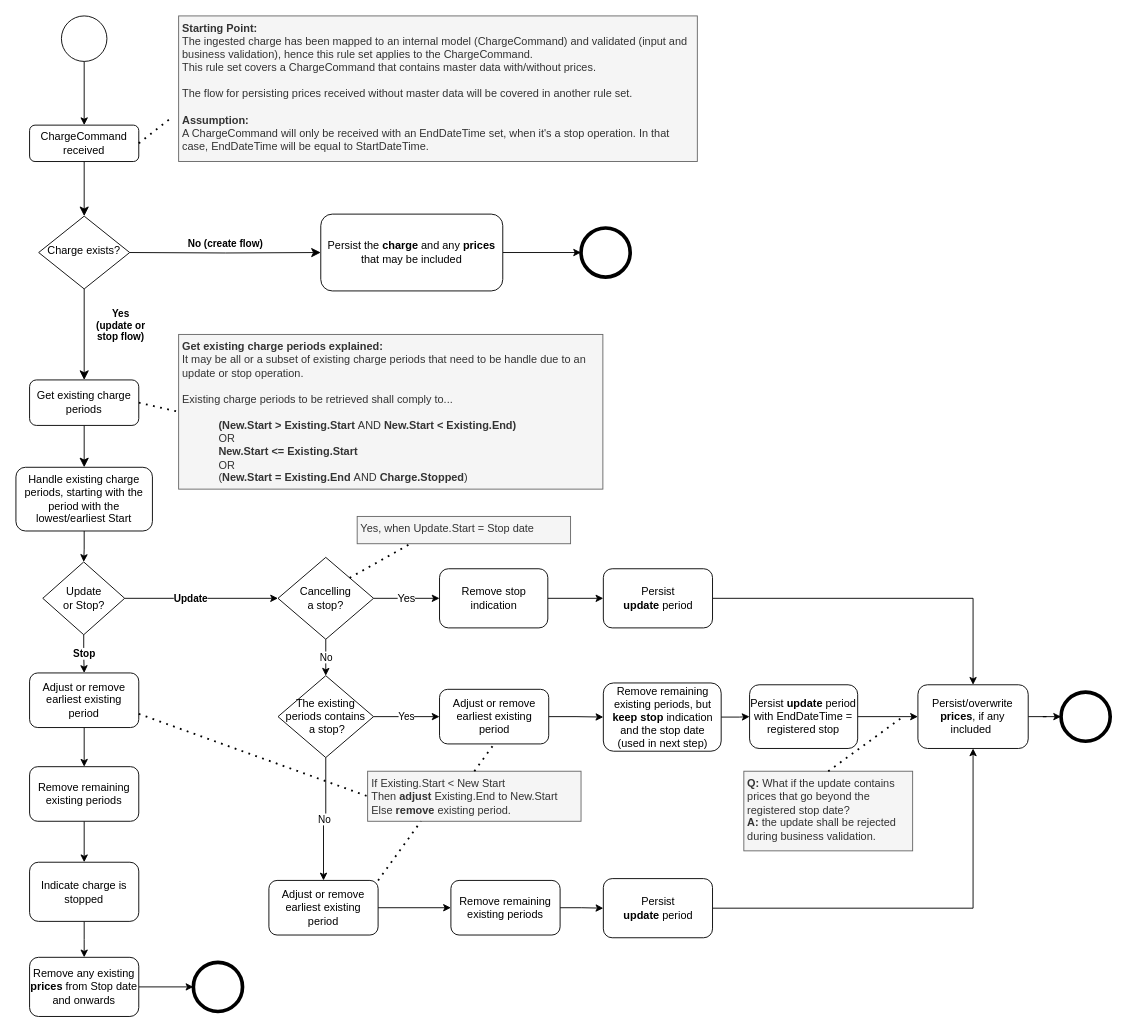
This is page "Ruleset_v2_FlagVersion" (1 of 3) of docs/process-flows/images/PersistingChargesRuleSet_ProcessFlow.drawio from Energinet-DataHub/ARCHIVED-geh-charges, a draw.io file, before an edit. Source tidied: cells renumbered, new cells numbered last; positions are measured from the earlier drawing's top-left corner, leaving out a move shared by most shapes. Both pictures are drawn from the tidied source at 91%, with x=0, y=0 at pixel (15, 15).
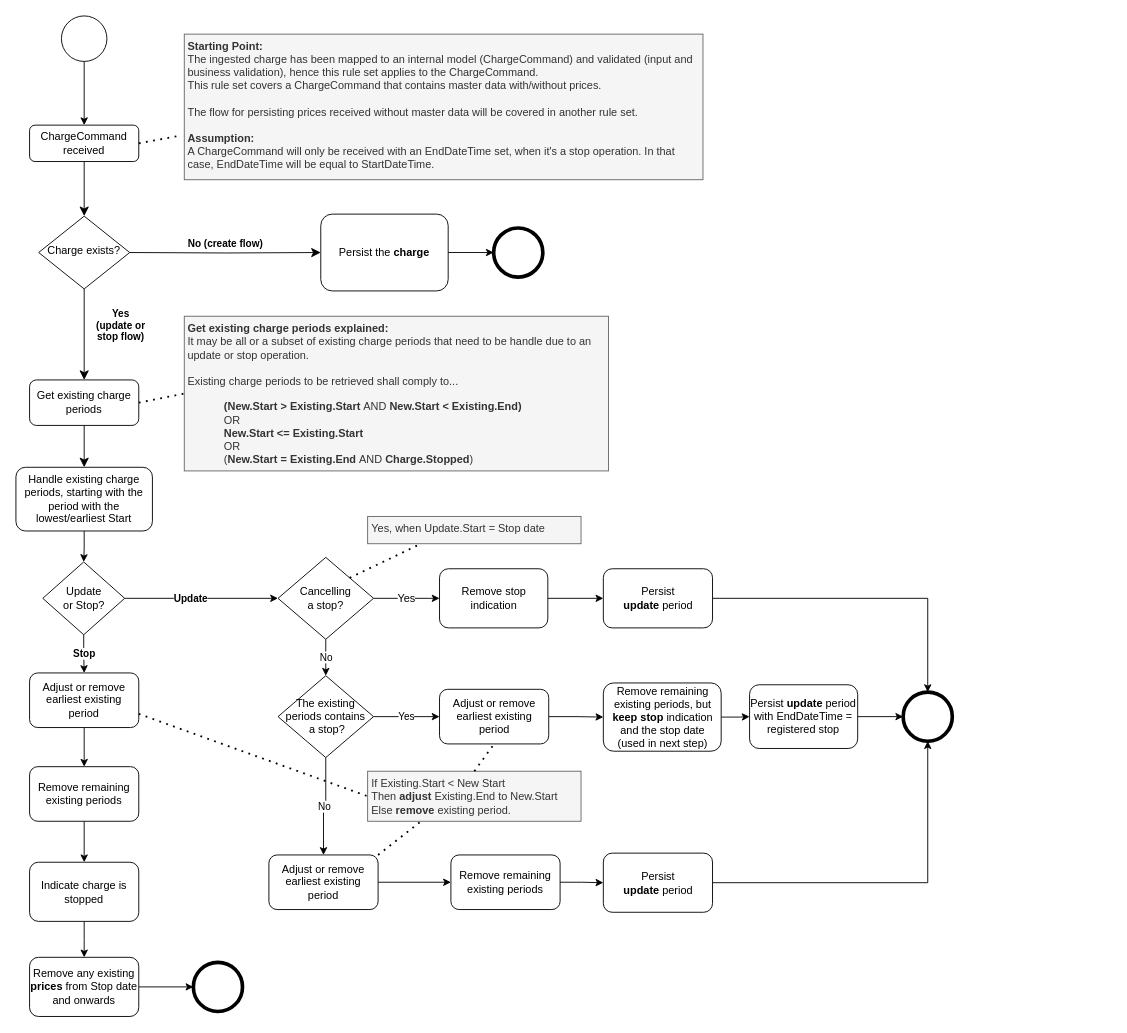
After the change.

Commit message (it also covers changes not shown here):
remove persist/overwrite prices from rule set

The change refers to these unchanged cells:
```xml
<mxCell id="29" value="Persist &lt;br&gt;&lt;b&gt;update &lt;/b&gt;period" style="rounded=1;whiteSpace=wrap;html=1;" parent="1" vertex="1">
  <mxGeometry x="645.5" y="607.5" width="120" height="65" as="geometry" />
</mxCell>
<mxCell id="46" value="Persist &lt;b&gt;update &lt;/b&gt;period with EndDateTime = registered stop" style="rounded=1;whiteSpace=wrap;html=1;" parent="1" vertex="1">
  <mxGeometry x="806.2" y="735" width="118.8" height="70" as="geometry" />
</mxCell>
```

Change to the diagram source:
```diff
@@
     <mxCell id="9" style="ellipse;whiteSpace=wrap;html=1;strokeWidth=4;" parent="1" vertex="1">
-      <mxGeometry x="1148.5" y="743" width="54" height="54" as="geometry" />
+      <mxGeometry x="975" y="743" width="54" height="54" as="geometry" />
     </mxCell>
@@
-    <mxCell id="13" value="Persist the &lt;b&gt;charge &lt;/b&gt;and any &lt;b&gt;prices &lt;/b&gt;that may be included" style="rounded=1;whiteSpace=wrap;html=1;fontSize=12;glass=0;strokeWidth=1;shadow=0;" parent="1" vertex="1">
-      <mxGeometry x="335" y="217.8" width="200" height="84.4" as="geometry" />
+    <mxCell id="13" value="Persist the &lt;b&gt;charge&lt;/b&gt;" style="rounded=1;whiteSpace=wrap;html=1;fontSize=12;glass=0;strokeWidth=1;shadow=0;" parent="1" vertex="1">
+      <mxGeometry x="335" y="217.8" width="140" height="84.4" as="geometry" />
     </mxCell>
     <mxCell id="14" value="&lt;b&gt;Starting Point:&lt;br&gt;&lt;/b&gt;The ingested charge has been mapped to an internal model (ChargeCommand) and validated (input and business validation), hence this rule set applies to the ChargeCommand.&lt;br&gt;This rule set covers a ChargeCommand that contains master data with/without prices.&lt;br&gt;&lt;br&gt;The flow for persisting prices received without master data will be covered in another rule set.&lt;br&gt;&lt;br&gt;&lt;b&gt;Assumption:&lt;/b&gt;&lt;br&gt;A ChargeCommand will only be received with an EndDateTime set, when it's a stop operation. In that case, EndDateTime will be equal to StartDateTime." style="text;html=1;strokeColor=#666666;fillColor=#f5f5f5;align=left;verticalAlign=top;whiteSpace=wrap;rounded=0;fontColor=#333333;perimeterSpacing=0;spacingTop=0;spacingLeft=2;spacingBottom=2;" parent="1" vertex="1">
-      <mxGeometry x="178.8" width="570" height="160" as="geometry" />
+      <mxGeometry x="185" y="20" width="570" height="160" as="geometry" />
     </mxCell>
@@
     <mxCell id="16" value="&lt;b&gt;Get existing charge periods explained:&lt;/b&gt;&lt;br&gt;It may be all or a subset of existing charge periods that need to be handle due to an update or stop operation.&lt;br&gt;&lt;br&gt;Existing charge periods to be retrieved shall comply to...&lt;br&gt;&lt;br&gt;&lt;blockquote style=&quot;margin: 0 0 0 40px ; border: none ; padding: 0px&quot;&gt;&lt;b&gt;(New.Start &amp;gt; Existing.Start&amp;nbsp;&lt;/b&gt;AND&amp;nbsp;&lt;b&gt;New.Start &amp;lt; Existing.End)&lt;br&gt;&lt;/b&gt;OR &lt;br&gt;&lt;b&gt;New.Start &amp;lt;= Existing.Start&lt;br&gt;&lt;/b&gt;OR&lt;br&gt;(&lt;b&gt;New.Start = Existing.End&amp;nbsp;&lt;/b&gt;AND&amp;nbsp;&lt;b&gt;Charge.Stopped&lt;/b&gt;)&lt;b&gt;&lt;br&gt;&lt;/b&gt;&lt;/blockquote&gt;" style="text;html=1;strokeColor=#666666;fillColor=#f5f5f5;align=left;verticalAlign=top;whiteSpace=wrap;rounded=0;fontColor=#333333;perimeterSpacing=0;spacingTop=0;spacingLeft=2;spacingBottom=2;" parent="1" vertex="1">
-      <mxGeometry x="178.8" y="350" width="466.2" height="170" as="geometry" />
+      <mxGeometry x="185" y="330" width="466.2" height="170" as="geometry" />
     </mxCell>
@@
-    <mxCell id="28" style="edgeStyle=orthogonalEdgeStyle;rounded=0;jettySize=auto;html=1;fontSize=12;endArrow=classic;endFill=1;entryX=0.5;entryY=0;entryDx=0;entryDy=0;" parent="1" edge="1" source="29" target="31">
+    <mxCell id="28" style="edgeStyle=orthogonalEdgeStyle;rounded=0;jettySize=auto;html=1;fontSize=12;endArrow=classic;endFill=1;entryX=0.5;entryY=0;entryDx=0;entryDy=0;" parent="1" edge="1" source="29" target="9">
       <mxGeometry relative="1" as="geometry">
         <Array as="points">
-          <mxPoint x="1052" y="640" />
+          <mxPoint x="1002" y="640" />
         </Array>
       </mxGeometry>
     </mxCell>
@@
-    <mxCell id="30" style="edgeStyle=orthogonalEdgeStyle;rounded=0;jettySize=auto;html=1;fontSize=12;endArrow=classic;endFill=1;entryX=0;entryY=0.5;entryDx=0;entryDy=0;" parent="1" edge="1" source="31" target="9">
-      <mxGeometry relative="1" as="geometry" />
-    </mxCell>
-    <mxCell id="31" value="Persist/overwrite&lt;br&gt;&lt;b&gt;prices&lt;/b&gt;, if any included&amp;nbsp;" style="rounded=1;whiteSpace=wrap;html=1;" parent="1" vertex="1">
-      <mxGeometry x="991.2" y="735" width="121.2" height="70" as="geometry" />
-    </mxCell>
-    <mxCell id="32" value="&lt;b&gt;Q:&amp;nbsp;&lt;/b&gt;What if the update contains prices that go beyond the registered stop date?&amp;nbsp;&lt;br&gt;&lt;b&gt;A: &lt;/b&gt;the update shall be rejected during business validation." style="text;html=1;align=left;verticalAlign=top;whiteSpace=wrap;rounded=0;perimeterSpacing=0;spacingTop=0;spacingLeft=2;spacingBottom=2;fillColor=#f5f5f5;strokeColor=#666666;fontColor=#333333;" parent="1" vertex="1">
-      <mxGeometry x="799.9" y="830" width="185.5" height="87.5" as="geometry" />
-    </mxCell>
     <mxCell id="33" style="ellipse;whiteSpace=wrap;html=1;strokeWidth=4;" parent="1" vertex="1">
-      <mxGeometry x="621" y="233" width="54" height="54" as="geometry" />
+      <mxGeometry x="525" y="233" width="54" height="54" as="geometry" />
     </mxCell>
@@
     <mxCell id="38" value="&lt;span&gt;Adjust or remove earliest existing period&lt;/span&gt;" style="rounded=1;whiteSpace=wrap;html=1;" parent="1" vertex="1">
-      <mxGeometry x="278" y="950" width="120" height="60" as="geometry" />
+      <mxGeometry x="278" y="922" width="120" height="60" as="geometry" />
     </mxCell>
@@
     <mxCell id="41" value="Yes, when Update.Start = Stop date" style="text;html=1;strokeColor=#666666;fillColor=#f5f5f5;align=left;verticalAlign=top;whiteSpace=wrap;rounded=0;fontColor=#333333;perimeterSpacing=0;spacingTop=0;spacingLeft=2;spacingBottom=2;" parent="1" vertex="1">
-      <mxGeometry x="375" y="550" width="234.5" height="30" as="geometry" />
+      <mxGeometry x="386.5" y="550" width="234.5" height="30" as="geometry" />
     </mxCell>
@@
-    <mxCell id="45" style="edgeStyle=orthogonalEdgeStyle;rounded=0;jettySize=auto;html=1;entryX=0;entryY=0.5;entryDx=0;entryDy=0;" parent="1" edge="1" source="46" target="31">
+    <mxCell id="45" style="edgeStyle=orthogonalEdgeStyle;rounded=0;jettySize=auto;html=1;entryX=0;entryY=0.5;entryDx=0;entryDy=0;" parent="1" edge="1" source="46" target="9">
       <mxGeometry relative="1" as="geometry" />
     </mxCell>
@@
-    <mxCell id="47" style="endArrow=none;dashed=1;html=1;dashPattern=1 3;strokeWidth=2;exitX=0.5;exitY=0;exitDx=0;exitDy=0;" parent="1" edge="1" source="32">
-      <mxGeometry relative="1" as="geometry">
-        <mxPoint x="975" y="770" as="targetPoint" />
-      </mxGeometry>
-    </mxCell>
@@
     <mxCell id="52" value="Remove remaining existing periods" style="rounded=1;whiteSpace=wrap;html=1;" parent="1" vertex="1">
-      <mxGeometry x="478" y="950" width="120" height="60" as="geometry" />
+      <mxGeometry x="478" y="922" width="120" height="60" as="geometry" />
     </mxCell>
-    <mxCell id="53" style="edgeStyle=orthogonalEdgeStyle;rounded=0;jettySize=auto;html=1;entryX=0.5;entryY=1;entryDx=0;entryDy=0;" parent="1" edge="1" source="54" target="31">
+    <mxCell id="53" style="edgeStyle=orthogonalEdgeStyle;rounded=0;jettySize=auto;html=1;entryX=0.5;entryY=1;entryDx=0;entryDy=0;" parent="1" edge="1" source="54" target="9">
       <mxGeometry relative="1" as="geometry" />
     </mxCell>
     <mxCell id="54" value="Persist &lt;br&gt;&lt;b&gt;update &lt;/b&gt;period" style="rounded=1;whiteSpace=wrap;html=1;" parent="1" vertex="1">
-      <mxGeometry x="645.5" y="948" width="120" height="65" as="geometry" />
+      <mxGeometry x="645.5" y="920" width="120" height="65" as="geometry" />
     </mxCell>
```
